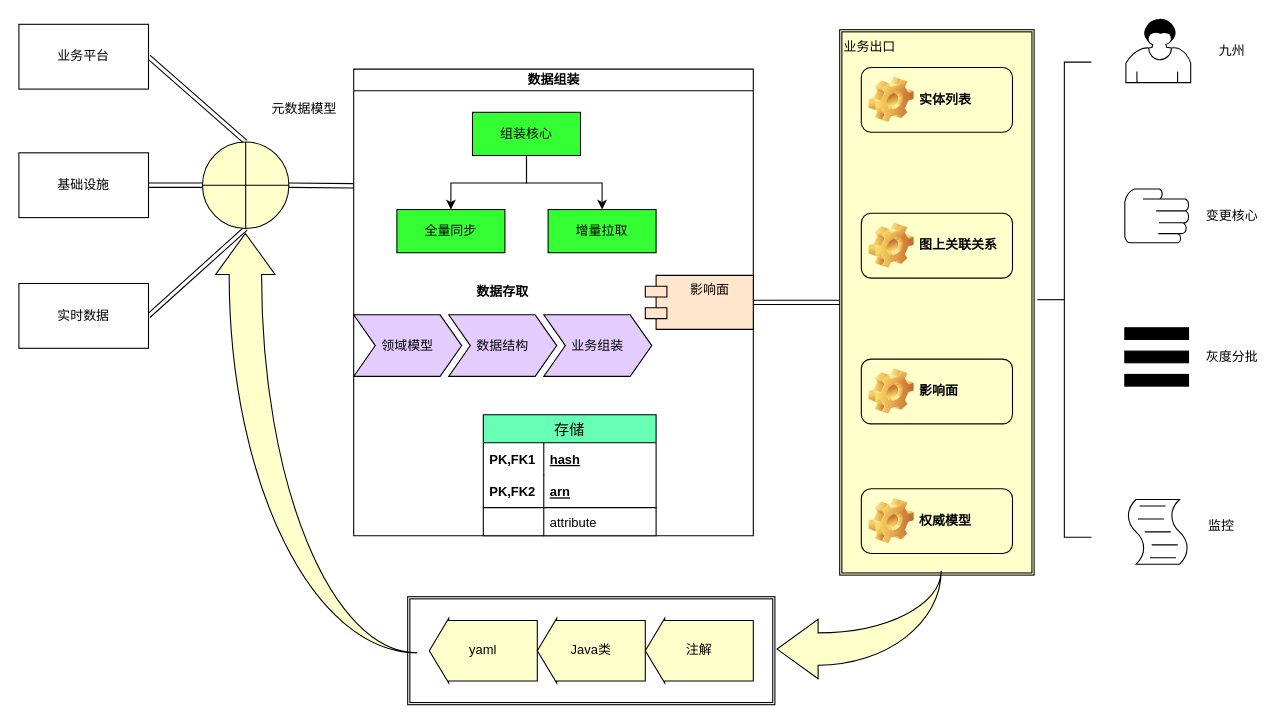
Earlier version of the draw.io diagram 2020述职-架构.drawio (frankneu/draw.io). Source tidied: cells renumbered, new cells numbered last; positions are measured from the earlier drawing's top-left corner, leaving out a move shared by most shapes. Both pictures are drawn from the tidied source at 108%, with x=0, y=0 at pixel (18, 18).
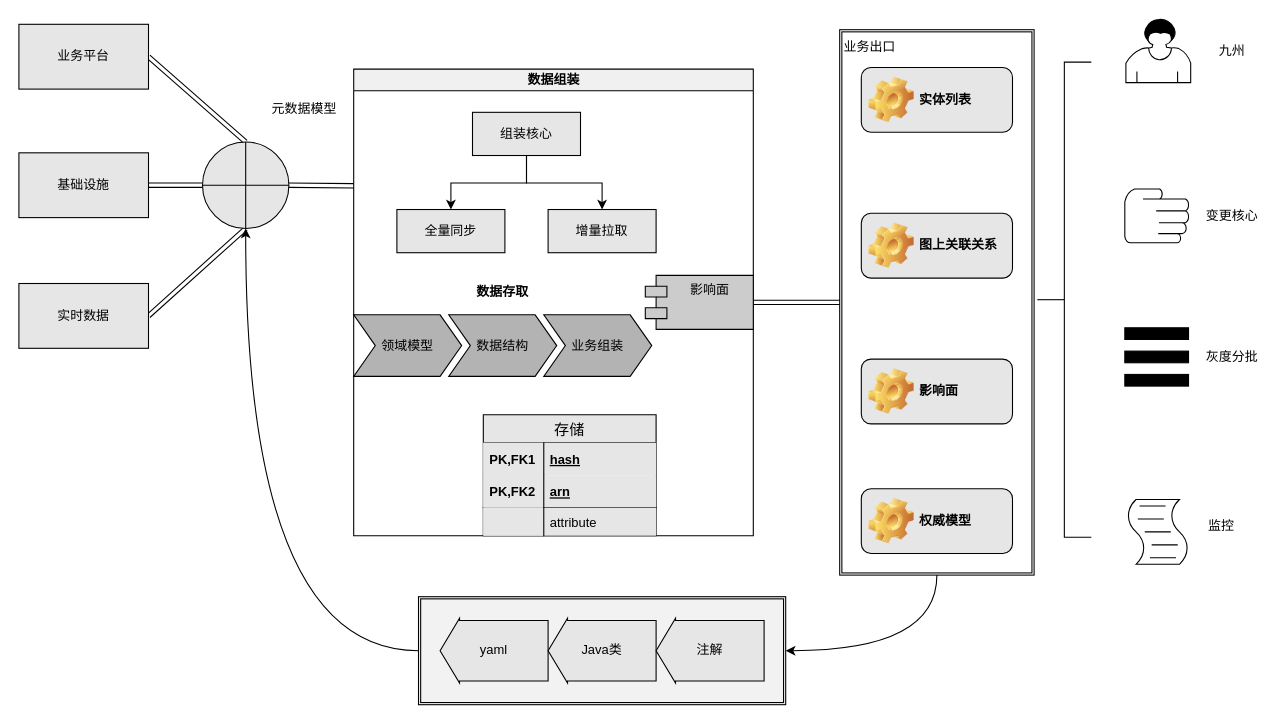
After the change.

Unchanged cells that the change refers to:
```xml
<mxCell id="35" value="数据存取" style="swimlane;horizontal=1;fillColor=none;strokeColor=none;stackBorder=10;align=center;fontColor=#000000;" parent="29" vertex="1">
  <mxGeometry x="-10" y="194.5" width="296" height="100" as="geometry" />
</mxCell>
```

Change to the diagram source:
```diff
@@
+    <mxCell id="50" style="edgeStyle=orthogonalEdgeStyle;rounded=0;jettySize=auto;html=1;exitX=0;exitY=0.5;exitDx=0;exitDy=0;entryX=0.5;entryY=1;entryDx=0;entryDy=0;fillColor=#E6E6E6;curved=1;" parent="1" edge="1" source="2" target="11">
+      <mxGeometry relative="1" as="geometry" />
+    </mxCell>
-    <mxCell id="2" style="shape=ext;double=1;rounded=0;whiteSpace=wrap;html=1;" parent="1" vertex="1">
-      <mxGeometry x="360" y="535" width="340" height="100" as="geometry" />
+    <mxCell id="2" style="shape=ext;double=1;rounded=0;whiteSpace=wrap;html=1;fillColor=#F2F2F2;" parent="1" vertex="1">
+      <mxGeometry x="370" y="535" width="340" height="100" as="geometry" />
     </mxCell>
+    <mxCell id="51" style="edgeStyle=orthogonalEdgeStyle;rounded=0;jettySize=auto;html=1;exitX=0.5;exitY=1;exitDx=0;exitDy=0;entryX=1;entryY=0.5;entryDx=0;entryDy=0;fillColor=#E6E6E6;curved=1;" parent="1" edge="1" source="3" target="2">
+      <mxGeometry relative="1" as="geometry" />
+    </mxCell>
-    <mxCell id="3" value="业务出口&lt;br&gt;&lt;br&gt;&lt;br&gt;&lt;br&gt;&lt;br&gt;&lt;br&gt;&lt;br&gt;&lt;br&gt;&lt;br&gt;&lt;br&gt;&lt;br&gt;&lt;br&gt;&lt;br&gt;&lt;br&gt;&lt;br&gt;&lt;br&gt;&lt;br&gt;&lt;br&gt;&lt;br&gt;&lt;br&gt;&lt;br&gt;&lt;br&gt;&lt;br&gt;&lt;br&gt;&lt;br&gt;&lt;br&gt;&lt;br&gt;&lt;br&gt;&lt;br&gt;&lt;br&gt;&lt;br&gt;&lt;br&gt;&lt;br&gt;&lt;br&gt;" style="shape=ext;double=1;rounded=0;whiteSpace=wrap;html=1;align=left;fillColor=#FFFFCC;" parent="1" vertex="1">
+    <mxCell id="3" value="业务出口&lt;br&gt;&lt;br&gt;&lt;br&gt;&lt;br&gt;&lt;br&gt;&lt;br&gt;&lt;br&gt;&lt;br&gt;&lt;br&gt;&lt;br&gt;&lt;br&gt;&lt;br&gt;&lt;br&gt;&lt;br&gt;&lt;br&gt;&lt;br&gt;&lt;br&gt;&lt;br&gt;&lt;br&gt;&lt;br&gt;&lt;br&gt;&lt;br&gt;&lt;br&gt;&lt;br&gt;&lt;br&gt;&lt;br&gt;&lt;br&gt;&lt;br&gt;&lt;br&gt;&lt;br&gt;&lt;br&gt;&lt;br&gt;&lt;br&gt;&lt;br&gt;" style="shape=ext;double=1;rounded=0;whiteSpace=wrap;html=1;align=left;fillColor=none;" parent="1" vertex="1">
       <mxGeometry x="760" y="10" width="180" height="505" as="geometry" />
     </mxCell>
-    <mxCell id="4" style="edgeStyle=none;shape=link;rounded=0;jettySize=auto;html=1;exitX=1;exitY=0.5;exitDx=0;exitDy=0;entryX=0.5;entryY=0;entryDx=0;entryDy=0;" parent="1" edge="1" source="5" target="11">
+    <mxCell id="4" style="edgeStyle=none;shape=link;rounded=0;jettySize=auto;html=1;exitX=1;exitY=0.5;exitDx=0;exitDy=0;entryX=0.5;entryY=0;entryDx=0;entryDy=0;fillColor=#E6E6E6;" parent="1" edge="1" source="5" target="11">
       <mxGeometry relative="1" as="geometry" />
     </mxCell>
-    <mxCell id="5" value="业务平台" style="rounded=0;whiteSpace=wrap;html=1;" parent="1" vertex="1">
+    <mxCell id="5" value="业务平台" style="rounded=0;whiteSpace=wrap;html=1;fillColor=#E6E6E6;" parent="1" vertex="1">
       <mxGeometry y="5" width="120" height="60" as="geometry" />
     </mxCell>
-    <mxCell id="6" style="edgeStyle=none;shape=link;rounded=0;jettySize=auto;html=1;exitX=1;exitY=0.5;exitDx=0;exitDy=0;entryX=0;entryY=0.5;entryDx=0;entryDy=0;" parent="1" edge="1" source="7" target="11">
+    <mxCell id="6" style="edgeStyle=none;shape=link;rounded=0;jettySize=auto;html=1;exitX=1;exitY=0.5;exitDx=0;exitDy=0;entryX=0;entryY=0.5;entryDx=0;entryDy=0;fillColor=#E6E6E6;" parent="1" edge="1" source="7" target="11">
       <mxGeometry relative="1" as="geometry" />
     </mxCell>
-    <mxCell id="7" value="基础设施" style="rounded=0;whiteSpace=wrap;html=1;" parent="1" vertex="1">
+    <mxCell id="7" value="基础设施" style="rounded=0;whiteSpace=wrap;html=1;fillColor=#E6E6E6;" parent="1" vertex="1">
       <mxGeometry y="124" width="120" height="60" as="geometry" />
     </mxCell>
-    <mxCell id="8" style="edgeStyle=none;shape=link;rounded=0;jettySize=auto;html=1;exitX=1;exitY=0.5;exitDx=0;exitDy=0;entryX=0.5;entryY=1;entryDx=0;entryDy=0;" parent="1" edge="1" source="9" target="11">
+    <mxCell id="8" style="edgeStyle=none;shape=link;rounded=0;jettySize=auto;html=1;exitX=1;exitY=0.5;exitDx=0;exitDy=0;entryX=0.5;entryY=1;entryDx=0;entryDy=0;fillColor=#E6E6E6;" parent="1" edge="1" source="9" target="11">
       <mxGeometry relative="1" as="geometry" />
     </mxCell>
-    <mxCell id="9" value="实时数据" style="rounded=0;whiteSpace=wrap;html=1;" parent="1" vertex="1">
+    <mxCell id="9" value="实时数据" style="rounded=0;whiteSpace=wrap;html=1;fillColor=#E6E6E6;" parent="1" vertex="1">
       <mxGeometry y="245" width="120" height="60" as="geometry" />
     </mxCell>
-    <mxCell id="10" style="edgeStyle=none;shape=link;rounded=0;jettySize=auto;html=1;exitX=1;exitY=0.5;exitDx=0;exitDy=0;entryX=0;entryY=0.25;entryDx=0;entryDy=0;" parent="1" edge="1" source="11" target="29">
+    <mxCell id="10" style="edgeStyle=none;shape=link;rounded=0;jettySize=auto;html=1;exitX=1;exitY=0.5;exitDx=0;exitDy=0;entryX=0;entryY=0.25;entryDx=0;entryDy=0;fillColor=none;" parent="1" edge="1" source="11" target="29">
       <mxGeometry relative="1" as="geometry" />
     </mxCell>
-    <mxCell id="11" style="shape=orEllipse;perimeter=ellipsePerimeter;whiteSpace=wrap;html=1;backgroundOutline=1;fillColor=#FFFFCC;" parent="1" vertex="1">
+    <mxCell id="11" style="shape=orEllipse;perimeter=ellipsePerimeter;whiteSpace=wrap;html=1;backgroundOutline=1;fillColor=#E6E6E6;" parent="1" vertex="1">
       <mxGeometry x="170" y="114" width="80" height="80" as="geometry" />
     </mxCell>
-    <mxCell id="12" style="edgeStyle=none;shape=link;rounded=0;jettySize=auto;html=1;exitX=1;exitY=0.5;exitDx=0;exitDy=0;entryX=0;entryY=0.5;entryDx=0;entryDy=0;" parent="1" edge="1" source="29" target="3">
+    <mxCell id="12" style="edgeStyle=none;shape=link;rounded=0;jettySize=auto;html=1;exitX=1;exitY=0.5;exitDx=0;exitDy=0;entryX=0;entryY=0.5;entryDx=0;entryDy=0;fillColor=none;" parent="1" edge="1" source="29" target="3">
       <mxGeometry relative="1" as="geometry" />
     </mxCell>
-    <mxCell id="13" value="图上关联关系" style="label;whiteSpace=wrap;html=1;image=img/clipart/Gear_128x128.png;fillColor=#FFFFCC;" parent="1" vertex="1">
+    <mxCell id="13" value="图上关联关系" style="label;whiteSpace=wrap;html=1;image=img/clipart/Gear_128x128.png;fillColor=#E6E6E6;" parent="1" vertex="1">
       <mxGeometry x="780" y="180" width="140" height="60" as="geometry" />
     </mxCell>
-    <mxCell id="14" value="影响面" style="label;whiteSpace=wrap;html=1;image=img/clipart/Gear_128x128.png;fillColor=#FFFFCC;" parent="1" vertex="1">
+    <mxCell id="14" value="影响面" style="label;whiteSpace=wrap;html=1;image=img/clipart/Gear_128x128.png;fillColor=#E6E6E6;" parent="1" vertex="1">
       <mxGeometry x="780" y="315" width="140" height="60" as="geometry" />
     </mxCell>
-    <mxCell id="15" value="实体列表" style="label;whiteSpace=wrap;html=1;image=img/clipart/Gear_128x128.png;fillColor=#FFFFCC;" parent="1" vertex="1">
+    <mxCell id="15" value="实体列表" style="label;whiteSpace=wrap;html=1;image=img/clipart/Gear_128x128.png;fillColor=#E6E6E6;" parent="1" vertex="1">
       <mxGeometry x="780" y="45" width="140" height="60" as="geometry" />
     </mxCell>
-    <mxCell id="16" value="yaml" style="shape=singleArrow;direction=west;whiteSpace=wrap;html=1;arrowWidth=0.9333333333333333;arrowSize=0.18;fillColor=#FFFFCC;" parent="1" vertex="1">
-      <mxGeometry x="380" y="555" width="100" height="60" as="geometry" />
+    <mxCell id="16" value="yaml" style="shape=singleArrow;direction=west;whiteSpace=wrap;html=1;arrowWidth=0.9333333333333333;arrowSize=0.18;fillColor=#E6E6E6;" parent="1" vertex="1">
+      <mxGeometry x="390" y="555" width="100" height="60" as="geometry" />
     </mxCell>
-    <mxCell id="17" value="Java类" style="shape=singleArrow;direction=west;whiteSpace=wrap;html=1;arrowWidth=0.9333333333333333;arrowSize=0.18;fillColor=#FFFFCC;" parent="1" vertex="1">
-      <mxGeometry x="480" y="555" width="100" height="60" as="geometry" />
+    <mxCell id="17" value="Java类" style="shape=singleArrow;direction=west;whiteSpace=wrap;html=1;arrowWidth=0.9333333333333333;arrowSize=0.18;fillColor=#E6E6E6;" parent="1" vertex="1">
+      <mxGeometry x="490" y="555" width="100" height="60" as="geometry" />
     </mxCell>
-    <mxCell id="18" value="注解" style="shape=singleArrow;direction=west;whiteSpace=wrap;html=1;arrowWidth=0.9333333333333333;arrowSize=0.18;fillColor=#FFFFCC;" parent="1" vertex="1">
-      <mxGeometry x="580" y="555" width="100" height="60" as="geometry" />
+    <mxCell id="18" value="注解" style="shape=singleArrow;direction=west;whiteSpace=wrap;html=1;arrowWidth=0.9333333333333333;arrowSize=0.18;fillColor=#E6E6E6;" parent="1" vertex="1">
+      <mxGeometry x="590" y="555" width="100" height="60" as="geometry" />
     </mxCell>
-    <mxCell id="19" style="shape=mxgraph.bpmn.user_task;html=1;" parent="1" vertex="1">
+    <mxCell id="19" style="shape=mxgraph.bpmn.user_task;html=1;fillColor=none;" parent="1" vertex="1">
       <mxGeometry x="1025" width="60" height="59" as="geometry" />
     </mxCell>
-    <mxCell id="20" style="shape=mxgraph.bpmn.manual_task;html=1;" parent="1" vertex="1">
+    <mxCell id="20" style="shape=mxgraph.bpmn.manual_task;html=1;fillColor=none;" parent="1" vertex="1">
       <mxGeometry x="1024" y="157.5" width="59" height="50" as="geometry" />
     </mxCell>
-    <mxCell id="21" style="shape=parallelMarker;direction=south;html=1;" parent="1" vertex="1">
+    <mxCell id="21" style="shape=parallelMarker;direction=south;html=1;fillColor=none;" parent="1" vertex="1">
       <mxGeometry x="1024" y="286" width="59" height="54" as="geometry" />
     </mxCell>
-    <mxCell id="22" style="shape=mxgraph.bpmn.script_task;html=1;" parent="1" vertex="1">
+    <mxCell id="22" style="shape=mxgraph.bpmn.script_task;html=1;fillColor=none;" parent="1" vertex="1">
       <mxGeometry x="1025" y="445" width="59" height="60" as="geometry" />
     </mxCell>
-    <mxCell id="23" value="九州" style="text;html=1;align=center;verticalAlign=middle;" parent="1" vertex="1">
+    <mxCell id="23" value="九州" style="text;html=1;align=center;verticalAlign=middle;fillColor=none;" parent="1" vertex="1">
       <mxGeometry x="1103" y="20" width="40" height="20" as="geometry" />
     </mxCell>
-    <mxCell id="24" value="变更核心" style="text;html=1;align=center;verticalAlign=middle;" parent="1" vertex="1">
+    <mxCell id="24" value="变更核心" style="text;html=1;align=center;verticalAlign=middle;fillColor=none;" parent="1" vertex="1">
       <mxGeometry x="1093" y="172.5" width="60" height="20" as="geometry" />
     </mxCell>
-    <mxCell id="25" value="灰度分批" style="text;html=1;align=center;verticalAlign=middle;" parent="1" vertex="1">
+    <mxCell id="25" value="灰度分批" style="text;html=1;align=center;verticalAlign=middle;fillColor=none;" parent="1" vertex="1">
       <mxGeometry x="1093" y="303" width="60" height="20" as="geometry" />
     </mxCell>
-    <mxCell id="26" value="监控" style="text;html=1;align=center;verticalAlign=middle;" parent="1" vertex="1">
+    <mxCell id="26" value="监控" style="text;html=1;align=center;verticalAlign=middle;fillColor=none;" parent="1" vertex="1">
       <mxGeometry x="1093" y="460" width="40" height="20" as="geometry" />
     </mxCell>
-    <mxCell id="27" value="权威模型" style="label;whiteSpace=wrap;html=1;image=img/clipart/Gear_128x128.png;fillColor=#FFFFCC;" parent="1" vertex="1">
+    <mxCell id="27" value="权威模型" style="label;whiteSpace=wrap;html=1;image=img/clipart/Gear_128x128.png;fillColor=#E6E6E6;" parent="1" vertex="1">
       <mxGeometry x="780" y="435" width="140" height="60" as="geometry" />
     </mxCell>
-    <mxCell id="28" style="html=1;shape=mxgraph.flowchart.annotation_2;align=left;labelPosition=right;" parent="1" vertex="1">
+    <mxCell id="28" style="html=1;shape=mxgraph.flowchart.annotation_2;align=left;labelPosition=right;fillColor=none;" parent="1" vertex="1">
       <mxGeometry x="943" y="40" width="50" height="440" as="geometry" />
     </mxCell>
-    <mxCell id="29" value="数据组装" style="swimlane;html=1;startSize=20;horizontal=1;horizontalTree=0;containerType=tree;" parent="1" vertex="1">
+    <mxCell id="29" value="数据组装" style="swimlane;html=1;startSize=20;horizontal=1;horizontalTree=0;containerType=tree;fillColor=#F0F0F0;" parent="1" vertex="1">
       <mxGeometry x="310" y="46.5" width="370" height="432" as="geometry" />
     </mxCell>
-    <mxCell id="30" value="组装核心" style="whiteSpace=wrap;html=1;fillColor=#33FF33;" parent="29" vertex="1">
+    <mxCell id="30" value="组装核心" style="whiteSpace=wrap;html=1;fillColor=#E6E6E6;" parent="29" vertex="1">
       <mxGeometry x="110" y="40" width="100" height="40" as="geometry" />
     </mxCell>
-    <mxCell id="31" value="全量同步" style="whiteSpace=wrap;html=1;fillColor=#33FF33;" parent="29" vertex="1">
+    <mxCell id="31" value="全量同步" style="whiteSpace=wrap;html=1;fillColor=#E6E6E6;" parent="29" vertex="1">
       <mxGeometry x="40" y="130" width="100" height="40" as="geometry" />
     </mxCell>
-    <mxCell id="32" style="edgeStyle=elbowEdgeStyle;elbow=vertical;html=1;rounded=0;fillColor=#33FF33;" parent="29" edge="1" source="30" target="31">
+    <mxCell id="32" style="edgeStyle=elbowEdgeStyle;elbow=vertical;html=1;rounded=0;fillColor=none;" parent="29" edge="1" source="30" target="31">
       <mxGeometry relative="1" as="geometry" />
     </mxCell>
-    <mxCell id="33" value="增量拉取" style="whiteSpace=wrap;html=1;fillColor=#33FF33;" parent="29" vertex="1">
+    <mxCell id="33" value="增量拉取" style="whiteSpace=wrap;html=1;fillColor=#E6E6E6;" parent="29" vertex="1">
       <mxGeometry x="180" y="130" width="100" height="40" as="geometry" />
     </mxCell>
-    <mxCell id="34" style="edgeStyle=elbowEdgeStyle;elbow=vertical;html=1;rounded=0;fillColor=#33FF33;" parent="29" edge="1" source="30" target="33">
+    <mxCell id="34" style="edgeStyle=elbowEdgeStyle;elbow=vertical;html=1;rounded=0;fillColor=none;" parent="29" edge="1" source="30" target="33">
       <mxGeometry relative="1" as="geometry" />
     </mxCell>
@@
-    <mxCell id="36" value="领域模型" style="shape=step;perimeter=stepPerimeter;fixedSize=1;fillColor=#E5CCFF;" parent="35" vertex="1">
+    <mxCell id="36" value="领域模型" style="shape=step;perimeter=stepPerimeter;fixedSize=1;fillColor=#B3B3B3;" parent="35" vertex="1">
       <mxGeometry x="10" y="33" width="100" height="57" as="geometry" />
     </mxCell>
-    <mxCell id="37" value="数据结构" style="shape=step;perimeter=stepPerimeter;fixedSize=1;fillColor=#E5CCFF;" parent="35" vertex="1">
+    <mxCell id="37" value="数据结构" style="shape=step;perimeter=stepPerimeter;fixedSize=1;fillColor=#B3B3B3;" parent="35" vertex="1">
       <mxGeometry x="98" y="33" width="100" height="57" as="geometry" />
     </mxCell>
-    <mxCell id="38" value="业务组装" style="shape=step;perimeter=stepPerimeter;fixedSize=1;fillColor=#E5CCFF;" parent="35" vertex="1">
+    <mxCell id="38" value="业务组装" style="shape=step;perimeter=stepPerimeter;fixedSize=1;fillColor=#B3B3B3;" parent="35" vertex="1">
       <mxGeometry x="186" y="33" width="100" height="57" as="geometry" />
     </mxCell>
-    <mxCell id="39" value="存储" style="swimlane;fontStyle=0;horizontal=1;startSize=26;fillColor=#66FFB3;swimlaneFillColor=#ffffff;align=center;fontSize=14;" parent="29" vertex="1">
+    <mxCell id="39" value="存储" style="swimlane;fontStyle=0;horizontal=1;startSize=26;fillColor=#E6E6E6;swimlaneFillColor=#ffffff;align=center;fontSize=14;" parent="29" vertex="1">
       <mxGeometry x="120" y="320" width="160" height="112" as="geometry" />
     </mxCell>
-    <mxCell id="40" value="hash" style="shape=partialRectangle;top=0;left=0;right=0;bottom=0;align=left;verticalAlign=middle;fillColor=none;spacingLeft=60;spacingRight=4;overflow=hidden;fontStyle=5;fontSize=12;" parent="39" vertex="1">
+    <mxCell id="40" value="hash" style="shape=partialRectangle;top=0;left=0;right=0;bottom=0;align=left;verticalAlign=middle;fillColor=#E6E6E6;spacingLeft=60;spacingRight=4;overflow=hidden;fontStyle=5;fontSize=12;" parent="39" vertex="1">
       <mxGeometry y="26" width="160" height="30" as="geometry" />
     </mxCell>
-    <mxCell id="41" value="PK,FK1" style="shape=partialRectangle;fontStyle=1;top=0;left=0;bottom=0;fillColor=none;align=left;verticalAlign=middle;spacingLeft=4;spacingRight=4;overflow=hidden;fontSize=12;" parent="40" vertex="1">
+    <mxCell id="41" value="PK,FK1" style="shape=partialRectangle;fontStyle=1;top=0;left=0;bottom=0;fillColor=#E6E6E6;align=left;verticalAlign=middle;spacingLeft=4;spacingRight=4;overflow=hidden;fontSize=12;" parent="40" vertex="1">
       <mxGeometry width="56" height="30" as="geometry" />
     </mxCell>
-    <mxCell id="42" value="arn" style="shape=partialRectangle;top=0;left=0;right=0;bottom=1;align=left;verticalAlign=middle;fillColor=none;spacingLeft=60;spacingRight=4;overflow=hidden;fontStyle=5;fontSize=12;" parent="39" vertex="1">
+    <mxCell id="42" value="arn" style="shape=partialRectangle;top=0;left=0;right=0;bottom=1;align=left;verticalAlign=middle;fillColor=#E6E6E6;spacingLeft=60;spacingRight=4;overflow=hidden;fontStyle=5;fontSize=12;" parent="39" vertex="1">
       <mxGeometry y="56" width="160" height="30" as="geometry" />
     </mxCell>
-    <mxCell id="43" value="PK,FK2" style="shape=partialRectangle;fontStyle=1;top=0;left=0;bottom=0;fillColor=none;align=left;verticalAlign=middle;spacingLeft=4;spacingRight=4;overflow=hidden;fontSize=12;" parent="42" vertex="1">
+    <mxCell id="43" value="PK,FK2" style="shape=partialRectangle;fontStyle=1;top=0;left=0;bottom=0;fillColor=#E6E6E6;align=left;verticalAlign=middle;spacingLeft=4;spacingRight=4;overflow=hidden;fontSize=12;" parent="42" vertex="1">
       <mxGeometry width="56" height="30" as="geometry" />
     </mxCell>
-    <mxCell id="44" value="attribute" style="shape=partialRectangle;top=0;left=0;right=0;bottom=0;align=left;verticalAlign=top;fillColor=none;spacingLeft=60;spacingRight=4;overflow=hidden;fontSize=12;" parent="39" vertex="1">
+    <mxCell id="44" value="attribute" style="shape=partialRectangle;top=0;left=0;right=0;bottom=0;align=left;verticalAlign=top;fillColor=#E6E6E6;spacingLeft=60;spacingRight=4;overflow=hidden;fontSize=12;" parent="39" vertex="1">
       <mxGeometry y="86" width="160" height="26" as="geometry" />
     </mxCell>
-    <mxCell id="45" style="shape=partialRectangle;top=0;left=0;bottom=0;fillColor=none;align=left;verticalAlign=top;spacingLeft=4;spacingRight=4;overflow=hidden;fontSize=12;" parent="44" vertex="1">
+    <mxCell id="45" style="shape=partialRectangle;top=0;left=0;bottom=0;fillColor=#E6E6E6;align=left;verticalAlign=top;spacingLeft=4;spacingRight=4;overflow=hidden;fontSize=12;" parent="44" vertex="1">
       <mxGeometry width="56" height="26" as="geometry" />
     </mxCell>
-    <mxCell id="46" value="影响面" style="shape=module;align=left;spacingLeft=20;align=center;verticalAlign=top;fillColor=#FFE6CC;" parent="29" vertex="1">
+    <mxCell id="46" value="影响面" style="shape=module;align=left;spacingLeft=20;align=center;verticalAlign=top;fillColor=#CCCCCC;" parent="29" vertex="1">
       <mxGeometry x="270" y="191" width="100" height="50" as="geometry" />
     </mxCell>
-    <mxCell id="47" value="元数据模型" style="text;html=1;align=center;verticalAlign=middle;" parent="1" vertex="1">
+    <mxCell id="47" value="元数据模型" style="text;html=1;align=center;verticalAlign=middle;fillColor=none;" parent="1" vertex="1">
       <mxGeometry x="224" y="74" width="80" height="20" as="geometry" />
     </mxCell>
-    <mxCell id="48" style="html=1;shadow=0;dashed=0;align=center;verticalAlign=middle;shape=mxgraph.arrows2.jumpInArrow;dy=15;dx=38;arrowHead=55;rotation=-90;fillColor=#FFFFCC;" parent="1" vertex="1">
-      <mxGeometry x="81.3" y="299.5" width="388.4" height="186.6" as="geometry" />
-    </mxCell>
-    <mxCell id="49" style="html=1;shadow=0;dashed=0;align=center;verticalAlign=middle;shape=mxgraph.arrows2.jumpInArrow;dy=15;dx=38;arrowHead=55;rotation=-180;fillColor=#FFFFCC;" parent="1" vertex="1">
-      <mxGeometry x="702" y="511" width="152" height="100" as="geometry" />
-    </mxCell>
```
